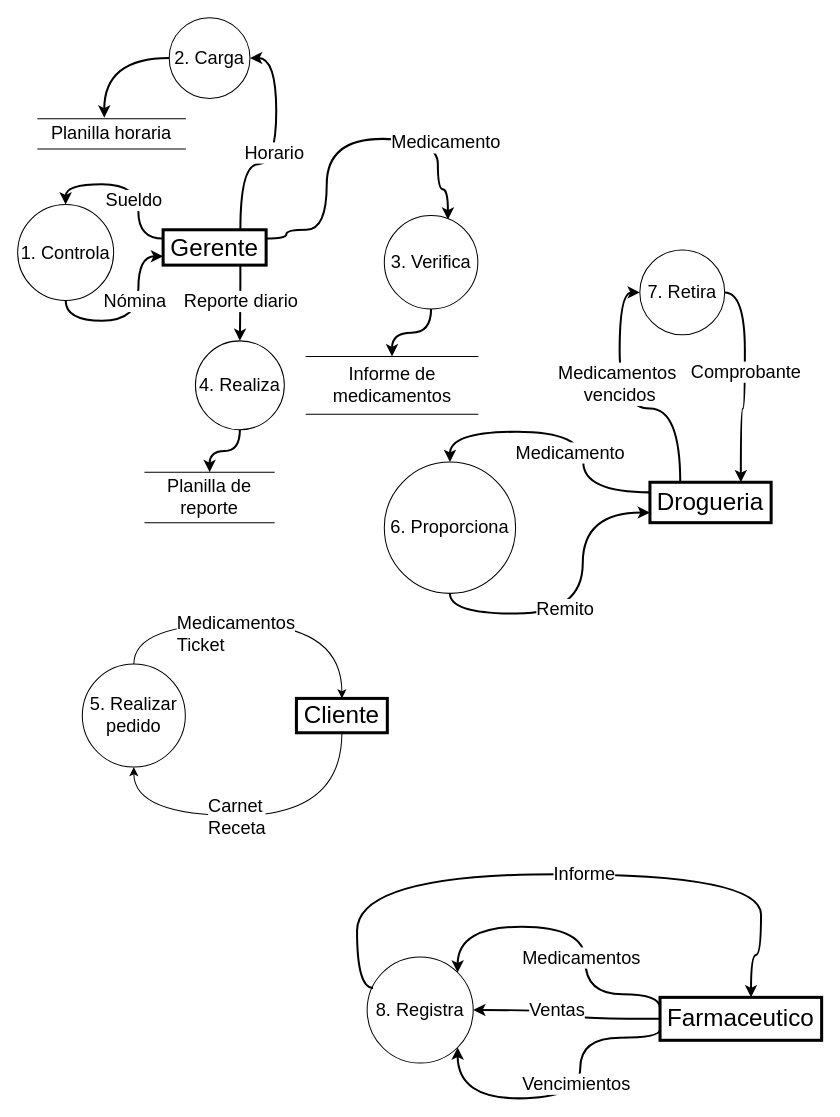
Earlier version of the draw.io diagram page "DFD_Farmacia" (1 of 2) of farmaciaAE.drawio (yon026/pruebagit). Source tidied: cells renumbered, new cells numbered last; positions are measured from the earlier drawing's top-left corner, leaving out a move shared by most shapes. Both pictures are drawn from the tidied source at 101%, with x=0, y=0 at pixel (17, 17).
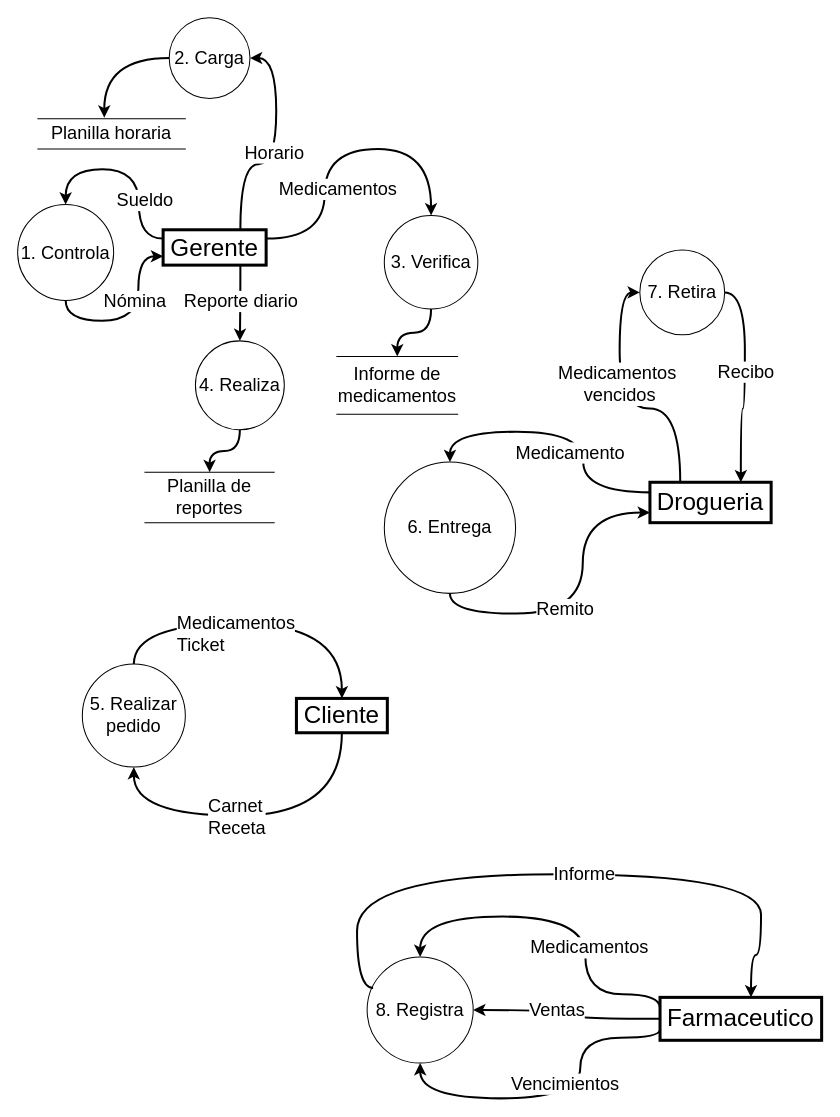
The same page after the edit.

Unchanged cells that the change refers to:
```xml
<mxCell id="6" value="1. Controla" style="ellipse;whiteSpace=wrap;html=1;fontSize=18;" parent="1" vertex="1">
  <mxGeometry y="185" width="95" height="95" as="geometry" />
</mxCell>
<mxCell id="16" value="&lt;font style=&quot;font-size: 24px;&quot;&gt;Gerente&lt;/font&gt;" style="rounded=0;whiteSpace=wrap;html=1;fontSize=24;strokeWidth=3;" parent="1" vertex="1">
  <mxGeometry x="144" y="210" width="102" height="35" as="geometry" />
</mxCell>
<mxCell id="18" value="3. Verifica" style="ellipse;whiteSpace=wrap;html=1;fontSize=18;" parent="1" vertex="1">
  <mxGeometry x="363" y="195.8" width="92.6" height="92.6" as="geometry" />
</mxCell>
<mxCell id="25" value="&lt;font style=&quot;font-size: 24px;&quot;&gt;Farmaceutico&lt;/font&gt;" style="rounded=0;whiteSpace=wrap;html=1;fontSize=24;strokeWidth=3;" parent="1" vertex="1">
  <mxGeometry x="636" y="970" width="160" height="42.5" as="geometry" />
</mxCell>
<mxCell id="39" value="&lt;font style=&quot;font-size: 24px;&quot;&gt;Cliente&lt;/font&gt;" style="rounded=0;whiteSpace=wrap;html=1;fontSize=24;strokeWidth=3;" parent="1" vertex="1">
  <mxGeometry x="276" y="674" width="90" height="34" as="geometry" />
</mxCell>
<mxCell id="40" value="8. Registra" style="ellipse;whiteSpace=wrap;html=1;fontSize=18;" parent="1" vertex="1">
  <mxGeometry x="346" y="930" width="105" height="105" as="geometry" />
</mxCell>
<mxCell id="41" style="edgeStyle=orthogonalEdgeStyle;shape=connector;curved=1;rounded=0;jettySize=auto;html=1;exitX=1;exitY=0.5;exitDx=0;exitDy=0;entryX=0.75;entryY=0;entryDx=0;entryDy=0;strokeColor=default;align=center;verticalAlign=middle;fontFamily=Helvetica;fontSize=18;fontColor=default;labelBackgroundColor=default;endArrow=classic;strokeWidth=2;" parent="1" edge="1" source="43" target="33">
  <mxGeometry relative="1" as="geometry" />
</mxCell>
<mxCell id="49" value="5. Realizar pedido" style="ellipse;whiteSpace=wrap;html=1;fontSize=18;" parent="1" vertex="1">
  <mxGeometry x="64" y="640" width="102" height="102" as="geometry" />
</mxCell>
```

Change to the diagram source:
```diff
@@
     <mxCell id="2" style="edgeStyle=orthogonalEdgeStyle;shape=connector;curved=1;rounded=0;jettySize=auto;html=1;exitX=0;exitY=0.25;exitDx=0;exitDy=0;strokeColor=default;align=center;verticalAlign=middle;fontFamily=Helvetica;fontSize=18;fontColor=default;labelBackgroundColor=default;endArrow=classic;entryX=0.5;entryY=0;entryDx=0;entryDy=0;strokeWidth=2;" parent="1" edge="1" source="16" target="6">
-      <mxGeometry relative="1" as="geometry" />
+      <mxGeometry relative="1" as="geometry">
+        <Array as="points">
+          <mxPoint x="120" y="219" />
+          <mxPoint x="120" y="150" />
+          <mxPoint x="48" y="150" />
+        </Array>
+      </mxGeometry>
     </mxCell>
     <mxCell id="3" value="Sueldo" style="edgeLabel;html=1;align=center;verticalAlign=middle;fontFamily=Helvetica;fontSize=18;fontColor=default;labelBackgroundColor=default;" parent="2" vertex="1">
       <mxGeometry x="0.07" y="2" relative="1" as="geometry">
-        <mxPoint x="8" y="13" as="offset" />
+        <mxPoint x="20" y="28" as="offset" />
       </mxGeometry>
     </mxCell>
@@
-    <mxCell id="10" style="edgeStyle=orthogonalEdgeStyle;shape=connector;curved=1;rounded=0;jettySize=auto;html=1;exitX=1;exitY=0.25;exitDx=0;exitDy=0;strokeColor=default;align=center;verticalAlign=middle;fontFamily=Helvetica;fontSize=18;fontColor=default;labelBackgroundColor=default;endArrow=classic;strokeWidth=2;entryX=0.68;entryY=0.045;entryDx=0;entryDy=0;entryPerimeter=0;" parent="1" edge="1" source="16" target="18">
-      <mxGeometry relative="1" as="geometry">
-        <Array as="points">
-          <mxPoint x="266" y="219" />
-          <mxPoint x="266" y="210" />
-          <mxPoint x="306" y="210" />
-          <mxPoint x="306" y="120" />
-          <mxPoint x="416" y="120" />
-          <mxPoint x="416" y="170" />
-          <mxPoint x="426" y="170" />
-        </Array>
-      </mxGeometry>
-    </mxCell>
-    <mxCell id="11" value="Medicamento" style="edgeLabel;html=1;align=center;verticalAlign=middle;fontFamily=Helvetica;fontSize=18;fontColor=default;labelBackgroundColor=default;" parent="10" vertex="1">
-      <mxGeometry x="-0.36" y="-2" relative="1" as="geometry">
-        <mxPoint x="115" y="-40" as="offset" />
-      </mxGeometry>
-    </mxCell>
@@
+    <mxCell id="10" style="edgeStyle=orthogonalEdgeStyle;shape=connector;curved=1;rounded=0;jettySize=auto;html=1;exitX=1;exitY=0.25;exitDx=0;exitDy=0;entryX=0.5;entryY=0;entryDx=0;entryDy=0;strokeColor=default;align=center;verticalAlign=middle;fontFamily=Helvetica;fontSize=11;fontColor=default;labelBackgroundColor=default;endArrow=classic;strokeWidth=2;" parent="1" edge="1" source="16" target="18">
+      <mxGeometry relative="1" as="geometry">
+        <Array as="points">
+          <mxPoint x="304" y="219" />
+          <mxPoint x="304" y="130" />
+          <mxPoint x="409" y="130" />
+        </Array>
+      </mxGeometry>
+    </mxCell>
+    <mxCell id="50" value="Medicamentos" style="edgeLabel;html=1;align=center;verticalAlign=middle;fontFamily=Helvetica;fontSize=18;fontColor=default;labelBackgroundColor=default;" parent="10" vertex="1">
+      <mxGeometry x="-0.38" y="-1" relative="1" as="geometry">
+        <mxPoint x="11" y="-8" as="offset" />
+      </mxGeometry>
+    </mxCell>
@@
-    <mxCell id="19" style="edgeStyle=orthogonalEdgeStyle;rounded=0;jettySize=auto;html=1;exitX=0;exitY=0.25;exitDx=0;exitDy=0;entryX=1;entryY=0;entryDx=0;entryDy=0;curved=1;strokeWidth=2;" parent="1" edge="1" source="25" target="40">
+    <mxCell id="19" style="edgeStyle=orthogonalEdgeStyle;rounded=0;jettySize=auto;html=1;exitX=0;exitY=0.25;exitDx=0;exitDy=0;entryX=0.5;entryY=0;entryDx=0;entryDy=0;curved=1;strokeWidth=2;" parent="1" edge="1" source="25" target="40">
       <mxGeometry relative="1" as="geometry">
         <Array as="points">
+          <mxPoint x="636" y="967" />
           <mxPoint x="562" y="967" />
-          <mxPoint x="562" y="900" />
-          <mxPoint x="436" y="900" />
+          <mxPoint x="562" y="890" />
+          <mxPoint x="399" y="890" />
         </Array>
       </mxGeometry>
     </mxCell>
     <mxCell id="20" value="&lt;font style=&quot;font-size: 18px;&quot;&gt;Medicamentos&lt;/font&gt;" style="edgeLabel;html=1;align=center;verticalAlign=middle;fontSize=18;" parent="19" vertex="1">
       <mxGeometry x="0.21" y="4" relative="1" as="geometry">
-        <mxPoint x="38" y="26" as="offset" />
+        <mxPoint x="62" y="26" as="offset" />
       </mxGeometry>
     </mxCell>
-    <mxCell id="21" style="edgeStyle=orthogonalEdgeStyle;rounded=0;jettySize=auto;html=1;exitX=0;exitY=0.75;exitDx=0;exitDy=0;entryX=1;entryY=1;entryDx=0;entryDy=0;curved=1;strokeWidth=2;" parent="1" edge="1" source="25" target="40">
+    <mxCell id="21" style="edgeStyle=orthogonalEdgeStyle;rounded=0;jettySize=auto;html=1;exitX=0;exitY=0.75;exitDx=0;exitDy=0;entryX=0.5;entryY=1;entryDx=0;entryDy=0;curved=1;strokeWidth=2;" parent="1" edge="1" source="25" target="40">
       <mxGeometry relative="1" as="geometry">
         <Array as="points">
           <mxPoint x="636" y="1010" />
           <mxPoint x="557" y="1010" />
           <mxPoint x="557" y="1070" />
-          <mxPoint x="436" y="1070" />
+          <mxPoint x="399" y="1070" />
         </Array>
       </mxGeometry>
     </mxCell>
@@
-    <mxCell id="27" value="Planilla de reporte" style="shape=partialRectangle;whiteSpace=wrap;html=1;left=0;right=0;fillColor=none;fontFamily=Helvetica;fontSize=18;fontColor=default;labelBackgroundColor=default;" parent="1" vertex="1">
+    <mxCell id="27" value="Planilla de reportes" style="shape=partialRectangle;whiteSpace=wrap;html=1;left=0;right=0;fillColor=none;fontFamily=Helvetica;fontSize=18;fontColor=default;labelBackgroundColor=default;" parent="1" vertex="1">
       <mxGeometry x="126" y="450" width="128" height="50" as="geometry" />
     </mxCell>
@@
-    <mxCell id="30" value="6. Proporciona" style="ellipse;whiteSpace=wrap;html=1;fontSize=18;" parent="1" vertex="1">
+    <mxCell id="30" value="6. Entrega" style="ellipse;whiteSpace=wrap;html=1;fontSize=18;" parent="1" vertex="1">
       <mxGeometry x="363" y="440" width="130" height="130" as="geometry" />
     </mxCell>
@@
     <mxCell id="36" value="Informe de medicamentos" style="shape=partialRectangle;whiteSpace=wrap;html=1;left=0;right=0;fillColor=none;fontFamily=Helvetica;fontSize=18;fontColor=default;labelBackgroundColor=default;" parent="1" vertex="1">
-      <mxGeometry x="285.6" y="335.4" width="170" height="57.3" as="geometry" />
+      <mxGeometry x="316" y="335.4" width="119.6" height="57.3" as="geometry" />
     </mxCell>
-    <mxCell id="37" style="edgeStyle=orthogonalEdgeStyle;shape=connector;curved=1;rounded=0;jettySize=auto;html=1;exitX=0.5;exitY=1;exitDx=0;exitDy=0;entryX=0.5;entryY=1;entryDx=0;entryDy=0;strokeColor=default;align=center;verticalAlign=middle;fontFamily=Helvetica;fontSize=11;fontColor=default;labelBackgroundColor=default;endArrow=classic;" parent="1" edge="1" source="39" target="49">
+    <mxCell id="37" style="edgeStyle=orthogonalEdgeStyle;shape=connector;curved=1;rounded=0;jettySize=auto;html=1;exitX=0.5;exitY=1;exitDx=0;exitDy=0;entryX=0.5;entryY=1;entryDx=0;entryDy=0;strokeColor=default;align=center;verticalAlign=middle;fontFamily=Helvetica;fontSize=11;fontColor=default;labelBackgroundColor=default;endArrow=classic;strokeWidth=2;" parent="1" edge="1" source="39" target="49">
       <mxGeometry relative="1" as="geometry">
         <Array as="points">
           <mxPoint x="321" y="790" />
           <mxPoint x="115" y="790" />
         </Array>
       </mxGeometry>
     </mxCell>
@@
-    <mxCell id="42" value="Comprobante" style="edgeLabel;html=1;align=center;verticalAlign=middle;fontFamily=Helvetica;fontSize=18;fontColor=default;labelBackgroundColor=default;" parent="41" vertex="1">
+    <mxCell id="42" value="Recibo" style="edgeLabel;html=1;align=center;verticalAlign=middle;fontFamily=Helvetica;fontSize=18;fontColor=default;labelBackgroundColor=default;" parent="41" vertex="1">
       <mxGeometry x="-0.08" relative="1" as="geometry" />
     </mxCell>
@@
-    <mxCell id="47" style="edgeStyle=orthogonalEdgeStyle;shape=connector;curved=1;rounded=0;jettySize=auto;html=1;exitX=0.5;exitY=0;exitDx=0;exitDy=0;entryX=0.5;entryY=0;entryDx=0;entryDy=0;strokeColor=default;align=center;verticalAlign=middle;fontFamily=Helvetica;fontSize=11;fontColor=default;labelBackgroundColor=default;endArrow=classic;" parent="1" edge="1" source="49" target="39">
+    <mxCell id="47" style="edgeStyle=orthogonalEdgeStyle;shape=connector;curved=1;rounded=0;jettySize=auto;html=1;exitX=0.5;exitY=0;exitDx=0;exitDy=0;entryX=0.5;entryY=0;entryDx=0;entryDy=0;strokeColor=default;align=center;verticalAlign=middle;fontFamily=Helvetica;fontSize=11;fontColor=default;labelBackgroundColor=default;endArrow=classic;strokeWidth=2;" parent="1" edge="1" source="49" target="39">
       <mxGeometry relative="1" as="geometry">
         <Array as="points">
           <mxPoint x="115" y="600" />
           <mxPoint x="321" y="600" />
         </Array>
       </mxGeometry>
     </mxCell>
```
